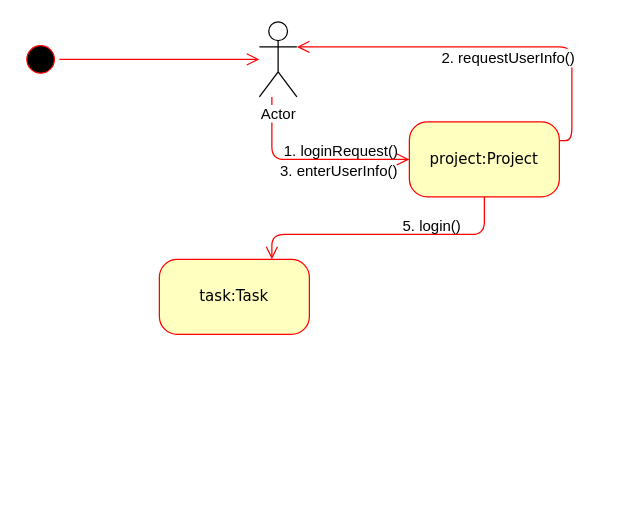
Earlier version of the draw.io diagram Behavioral Modeling/com diagram - task - add task.drawio (amirabbas8/ScrumOfficer). Source tidied: cells renumbered, new cells numbered last; positions are measured from the earlier drawing's top-left corner, leaving out a move shared by most shapes. Both pictures are drawn from the tidied source at 125%, with x=0, y=0 at pixel (21, 21).
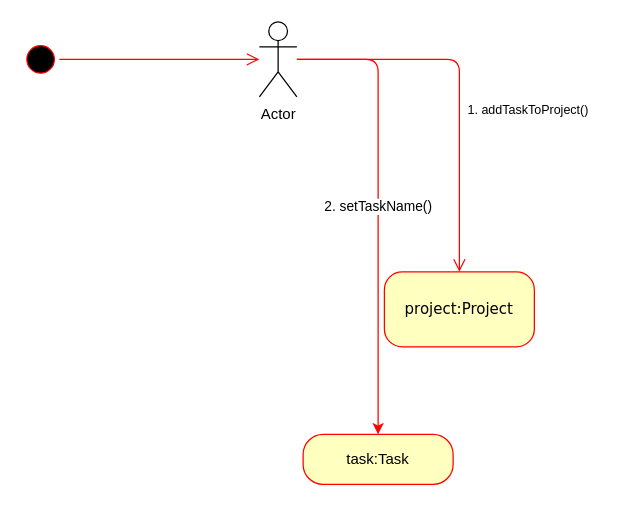
The same page after the edit.

Commit message:
add task com dgrm #25

The edit, as a diff of the source:
```diff
@@
 <mxGraphModel background="#ffffff">
   <root>
     <mxCell id="0" />
     <mxCell id="1" parent="0" />
     <mxCell id="2" style="ellipse;html=1;shape=startState;fillColor=#000000;strokeColor=#ff0000;rounded=1;shadow=0;comic=0;labelBackgroundColor=none;fontFamily=Verdana;fontSize=12;fontColor=#000000;align=center;direction=south;" parent="1" vertex="1">
       <mxGeometry y="15" width="30" height="30" as="geometry" />
     </mxCell>
-    <mxCell id="3" value="task:Task&lt;br&gt;" style="rounded=1;whiteSpace=wrap;html=1;arcSize=24;fillColor=#ffffc0;strokeColor=#ff0000;shadow=0;comic=0;labelBackgroundColor=none;fontFamily=Verdana;fontSize=12;fontColor=#000000;align=center;" parent="1" vertex="1">
-      <mxGeometry x="110" y="190" width="120" height="60" as="geometry" />
-    </mxCell>
-    <mxCell id="4" style="edgeStyle=orthogonalEdgeStyle;html=1;exitX=1;exitY=0.25;labelBackgroundColor=none;endArrow=open;endSize=8;strokeColor=#ff0000;fontFamily=Verdana;fontSize=12;align=left;entryX=1;entryY=0.3333333333333333;entryDx=0;entryDy=0;entryPerimeter=0;" parent="1" edge="1" source="6" target="13">
-      <mxGeometry relative="1" as="geometry" />
-    </mxCell>
-    <mxCell id="5" value="2. requestUserInfo()" style="text;html=1;align=center;verticalAlign=middle;labelBackgroundColor=#ffffff;" parent="4" vertex="1">
-      <mxGeometry x="-0.17" y="3" relative="1" as="geometry">
-        <mxPoint x="-10" y="5" as="offset" />
-      </mxGeometry>
-    </mxCell>
     <mxCell id="6" value="project:Project" style="rounded=1;whiteSpace=wrap;html=1;arcSize=24;fillColor=#ffffc0;strokeColor=#ff0000;shadow=0;comic=0;labelBackgroundColor=none;fontFamily=Verdana;fontSize=12;fontColor=#000000;align=center;" parent="1" vertex="1">
-      <mxGeometry x="310" y="80" width="120" height="60" as="geometry" />
+      <mxGeometry x="290" y="200" width="120" height="60" as="geometry" />
     </mxCell>
     <mxCell id="7" style="edgeStyle=orthogonalEdgeStyle;html=1;labelBackgroundColor=none;endArrow=open;endSize=8;strokeColor=#ff0000;fontFamily=Verdana;fontSize=12;align=left;" parent="1" edge="1" source="2">
       <mxGeometry relative="1" as="geometry">
         <mxPoint x="190" y="30" as="targetPoint" />
       </mxGeometry>
     </mxCell>
-    <mxCell id="8" style="edgeStyle=orthogonalEdgeStyle;html=1;labelBackgroundColor=none;endArrow=open;endSize=8;strokeColor=#ff0000;fontFamily=Verdana;fontSize=12;align=left;entryX=0;entryY=0.5;" parent="1" edge="1" target="6">
+    <mxCell id="8" style="edgeStyle=orthogonalEdgeStyle;html=1;labelBackgroundColor=none;endArrow=open;endSize=8;strokeColor=#ff0000;fontFamily=Verdana;fontSize=12;align=left;" parent="1" edge="1" target="6">
       <mxGeometry relative="1" as="geometry">
-        <mxPoint x="200" y="60" as="sourcePoint" />
+        <mxPoint x="220" y="30" as="sourcePoint" />
         <Array as="points">
-          <mxPoint x="200" y="110" />
+          <mxPoint x="230" y="30" />
+          <mxPoint x="350" y="30" />
         </Array>
       </mxGeometry>
     </mxCell>
-    <mxCell id="9" style="edgeStyle=orthogonalEdgeStyle;html=1;entryX=0.75;entryY=0;labelBackgroundColor=none;endArrow=open;endSize=8;strokeColor=#ff0000;fontFamily=Verdana;fontSize=12;align=left;exitX=0.5;exitY=1;" parent="1" edge="1" source="6" target="3">
-      <mxGeometry relative="1" as="geometry">
-        <Array as="points">
-          <mxPoint x="370" y="170" />
-          <mxPoint x="200" y="170" />
-        </Array>
-      </mxGeometry>
-    </mxCell>
+    <mxCell id="14" value="2. setTaskName()" style="edgeStyle=orthogonalEdgeStyle;rounded=1;jettySize=auto;html=1;strokeColor=#FF0000;" parent="1" edge="1" source="13" target="3">
+      <mxGeometry relative="1" as="geometry" />
+    </mxCell>
+    <mxCell id="13" value="Actor" style="shape=umlActor;verticalLabelPosition=bottom;labelBackgroundColor=#ffffff;verticalAlign=top;html=1;outlineConnect=0;" parent="1" vertex="1">
+      <mxGeometry x="190" width="30" height="60" as="geometry" />
+    </mxCell>
-    <mxCell id="10" value="1. loginRequest()" style="text;html=1;align=left;verticalAlign=top;spacingTop=-4;" parent="1" vertex="1">
-      <mxGeometry x="208" y="94" width="110" height="20" as="geometry" />
+    <mxCell id="10" value="&lt;font style=&quot;font-size: 10px&quot;&gt;1. addTaskToProject()&lt;/font&gt;" style="text;html=1;align=left;verticalAlign=top;spacingTop=-4;" parent="1" vertex="1">
+      <mxGeometry x="355" y="60" width="110" height="20" as="geometry" />
     </mxCell>
-    <mxCell id="11" value="3. enterUserInfo()" style="text;html=1;align=left;verticalAlign=top;spacingTop=-4;" parent="1" vertex="1">
-      <mxGeometry x="205" y="110" width="110" height="20" as="geometry" />
-    </mxCell>
-    <mxCell id="12" value="5. login()" style="text;html=1;align=left;verticalAlign=top;spacingTop=-4;" parent="1" vertex="1">
-      <mxGeometry x="303" y="154" width="60" height="20" as="geometry" />
-    </mxCell>
-    <mxCell id="13" value="Actor" style="shape=umlActor;verticalLabelPosition=bottom;labelBackgroundColor=#ffffff;verticalAlign=top;html=1;outlineConnect=0;" parent="1" vertex="1">
-      <mxGeometry x="190" width="30" height="60" as="geometry" />
-    </mxCell>
+    <mxCell id="3" value="task:Task" style="rounded=1;whiteSpace=wrap;html=1;arcSize=40;fontColor=#000000;fillColor=#ffffc0;strokeColor=#ff0000;" parent="1" vertex="1">
+      <mxGeometry x="225" y="330" width="120" height="40" as="geometry" />
+    </mxCell>
   </root>
 </mxGraphModel>
```
